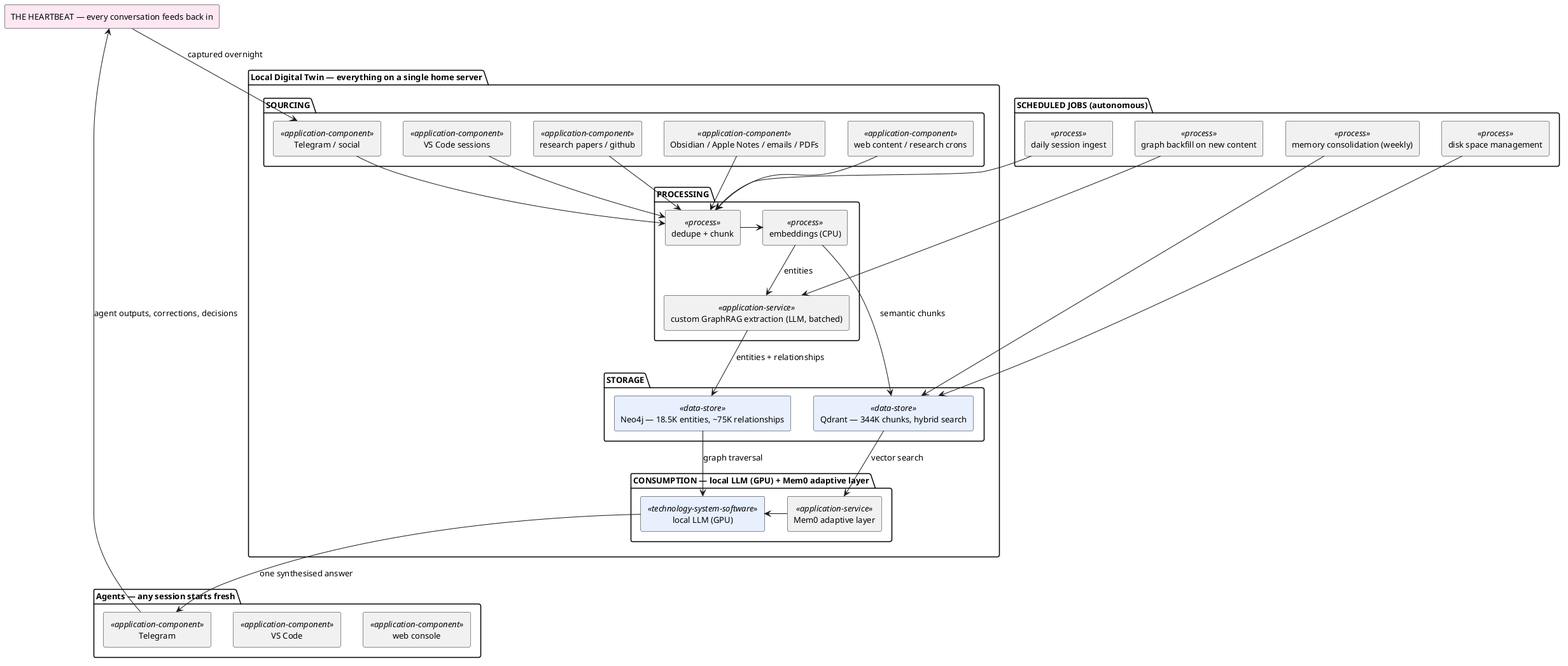
terrygzhou/terrygzhou.github.io keeps this PlantUML diagram as assets/2026-08-21-digital-twin-that-scales/architecture.png. Above is the earlier version. The source it was exported from:
```plantuml
@startuml
skinparam archimate {
    roundCorner 8
}
skinparam defaultFontSize 13

top to bottom direction

package "Local Digital Twin — everything on a single home server" as twin {

    package "SOURCING" as src {
        rectangle "Telegram / social" as s1 <<application-component>>
        rectangle "VS Code sessions" as s2 <<application-component>>
        rectangle "research papers / github" as s3 <<application-component>>
        rectangle "Obsidian / Apple Notes / emails / PDFs" as s4 <<application-component>>
        rectangle "web content / research crons" as s5 <<application-component>>
    }

    package "PROCESSING" as proc {
        rectangle "dedupe + chunk" as d1 <<process>>
        rectangle "embeddings (CPU)" as d2 <<process>>
        rectangle "custom GraphRAG extraction (LLM, batched)" as d3 <<application-service>>
        d1 -right-> d2
        d2 -down-> d3 : entities
    }

    package "STORAGE" as store {
        rectangle "Qdrant — 344K chunks, hybrid search" as qd <<data-store>> #E8F0FE
        rectangle "Neo4j — 18.5K entities, ~75K relationships" as n4j <<data-store>> #E8F0FE
    }

    package "CONSUMPTION — local LLM (GPU) + Mem0 adaptive layer" as cons {
        rectangle "local LLM (GPU)" as llm <<technology-system-software>> #E8F0FE
        rectangle "Mem0 adaptive layer" as m0 <<application-service>>
        m0 -right-> llm
    }
}

package "Agents — any session starts fresh" as agents {
    rectangle "Telegram" as a1 <<application-component>>
    rectangle "VS Code" as a2 <<application-component>>
    rectangle "web console" as a3 <<application-component>>
}

package "SCHEDULED JOBS (autonomous)" as jobs {
    rectangle "daily session ingest" as j1 <<process>>
    rectangle "memory consolidation (weekly)" as j2 <<process>>
    rectangle "disk space management" as j3 <<process>>
    rectangle "graph backfill on new content" as j4 <<process>>
}

rectangle "THE HEARTBEAT — every conversation feeds back in" as hb #FCE7F3

s1 -down-> d1
s2 -down-> d1
s3 -down-> d1
s4 -down-> d1
s5 -down-> d1
d2 -down-> qd : semantic chunks
d3 -down-> n4j : entities + relationships
qd -down-> m0 : vector search
n4j -down-> llm : graph traversal
llm -down-> a1 : one synthesised answer
a1 -[hidden]right- a2
a2 -[hidden]right- a3

a1 -down-> hb : agent outputs, corrections, decisions
hb -down-> s1 : captured overnight

j1 -down-> d1
j4 -down-> d3
j2 -down-> qd
j3 -down-> qd
@enduml
```
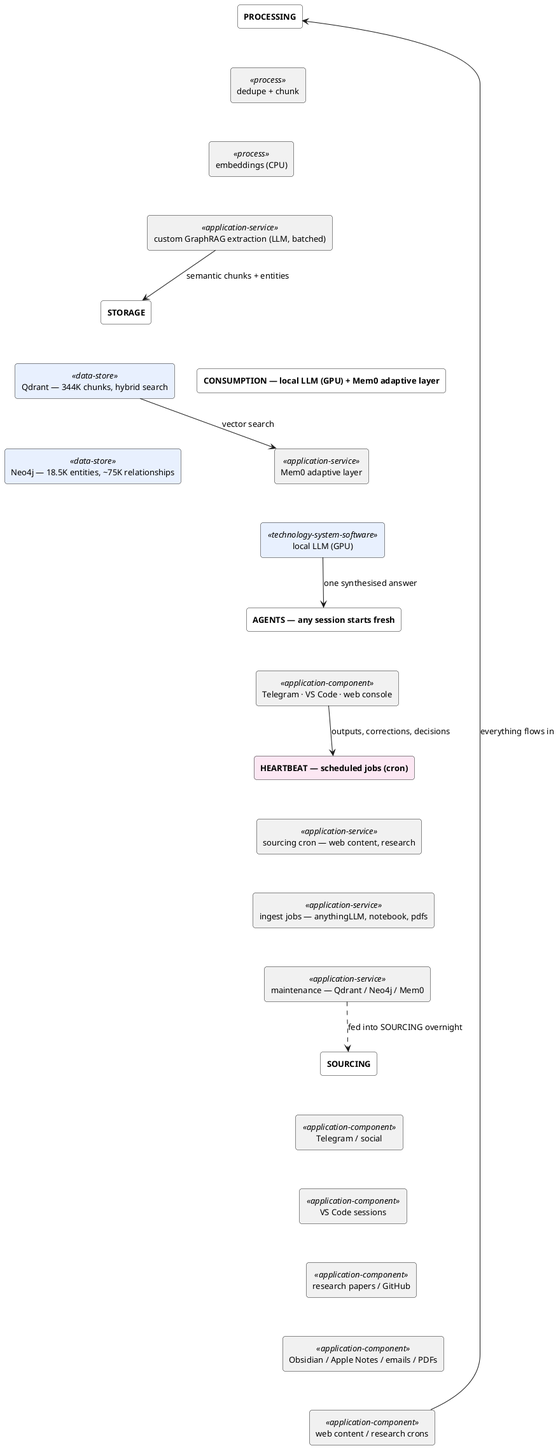
After the commit.

What changed in the source:
```diff
@@ -1,74 +1,71 @@
 @startuml
-skinparam archimate {
-    roundCorner 8
-}
 skinparam defaultFontSize 13
+skinparam roundCorner 8
 
 top to bottom direction
 
-package "Local Digital Twin — everything on a single home server" as twin {
-
-    package "SOURCING" as src {
-        rectangle "Telegram / social" as s1 <<application-component>>
-        rectangle "VS Code sessions" as s2 <<application-component>>
-        rectangle "research papers / github" as s3 <<application-component>>
-        rectangle "Obsidian / Apple Notes / emails / PDFs" as s4 <<application-component>>
-        rectangle "web content / research crons" as s5 <<application-component>>
-    }
-
-    package "PROCESSING" as proc {
-        rectangle "dedupe + chunk" as d1 <<process>>
-        rectangle "embeddings (CPU)" as d2 <<process>>
-        rectangle "custom GraphRAG extraction (LLM, batched)" as d3 <<application-service>>
-        d1 -right-> d2
-        d2 -down-> d3 : entities
-    }
-
-    package "STORAGE" as store {
-        rectangle "Qdrant — 344K chunks, hybrid search" as qd <<data-store>> #E8F0FE
-        rectangle "Neo4j — 18.5K entities, ~75K relationships" as n4j <<data-store>> #E8F0FE
-    }
-
-    package "CONSUMPTION — local LLM (GPU) + Mem0 adaptive layer" as cons {
-        rectangle "local LLM (GPU)" as llm <<technology-system-software>> #E8F0FE
-        rectangle "Mem0 adaptive layer" as m0 <<application-service>>
-        m0 -right-> llm
-    }
+together {
+    rectangle "**SOURCING**" as src1 #FFFFFF
+    rectangle "Telegram / social" as s1 <<application-component>>
+    rectangle "VS Code sessions" as s2 <<application-component>>
+    rectangle "research papers / GitHub" as s3 <<application-component>>
+    rectangle "Obsidian / Apple Notes / emails / PDFs" as s4 <<application-component>>
+    rectangle "web content / research crons" as s5 <<application-component>>
+    src1 -[hidden]down- s1
+    s1 -[hidden]down- s2
+    s2 -[hidden]down- s3
+    s3 -[hidden]down- s4
+    s4 -[hidden]down- s5
 }
 
-package "Agents — any session starts fresh" as agents {
-    rectangle "Telegram" as a1 <<application-component>>
-    rectangle "VS Code" as a2 <<application-component>>
-    rectangle "web console" as a3 <<application-component>>
+together {
+    rectangle "**PROCESSING**" as proc1 #FFFFFF
+    rectangle "dedupe + chunk" as d1 <<process>>
+    rectangle "embeddings (CPU)" as d2 <<process>>
+    rectangle "custom GraphRAG extraction (LLM, batched)" as d3 <<application-service>>
+    proc1 -[hidden]down- d1
+    d1 -[hidden]down- d2
+    d2 -[hidden]down- d3
 }
 
-package "SCHEDULED JOBS (autonomous)" as jobs {
-    rectangle "daily session ingest" as j1 <<process>>
-    rectangle "memory consolidation (weekly)" as j2 <<process>>
-    rectangle "disk space management" as j3 <<process>>
-    rectangle "graph backfill on new content" as j4 <<process>>
+together {
+    rectangle "**STORAGE**" as store1 #FFFFFF
+    rectangle "Qdrant — 344K chunks, hybrid search" as qd <<data-store>> #E8F0FE
+    rectangle "Neo4j — 18.5K entities, ~75K relationships" as n4j <<data-store>> #E8F0FE
+    store1 -[hidden]down- qd
+    qd -[hidden]down- n4j
 }
 
-rectangle "THE HEARTBEAT — every conversation feeds back in" as hb #FCE7F3
+together {
+    rectangle "**CONSUMPTION — local LLM (GPU) + Mem0 adaptive layer**" as cons1 #FFFFFF
+    rectangle "Mem0 adaptive layer" as m0 <<application-service>>
+    rectangle "local LLM (GPU)" as llm <<technology-system-software>> #E8F0FE
+    cons1 -[hidden]down- m0
+    m0 -[hidden]down- llm
+}
 
-s1 -down-> d1
-s2 -down-> d1
-s3 -down-> d1
-s4 -down-> d1
-s5 -down-> d1
-d2 -down-> qd : semantic chunks
-d3 -down-> n4j : entities + relationships
+s5 -down-> proc1 : everything flows in
+d3 -down-> store1 : semantic chunks + entities
 qd -down-> m0 : vector search
-n4j -down-> llm : graph traversal
-llm -down-> a1 : one synthesised answer
-a1 -[hidden]right- a2
-a2 -[hidden]right- a3
 
-a1 -down-> hb : agent outputs, corrections, decisions
-hb -down-> s1 : captured overnight
+together {
+    rectangle "**AGENTS — any session starts fresh**" as agents1 #FFFFFF
+    rectangle "Telegram · VS Code · web console" as a1 <<application-component>>
+    agents1 -[hidden]down- a1
+}
 
-j1 -down-> d1
-j4 -down-> d3
-j2 -down-> qd
-j3 -down-> qd
+llm -down-> agents1 : one synthesised answer
+
+together {
+    rectangle "**HEARTBEAT — scheduled jobs (cron)**" as hb #FCE7F3
+    rectangle "sourcing cron — web content, research" as h1 <<application-service>>
+    rectangle "ingest jobs — anythingLLM, notebook, pdfs" as h2 <<application-service>>
+    rectangle "maintenance — Qdrant / Neo4j / Mem0" as h3 <<application-service>>
+    hb -[hidden]down- h1
+    h1 -[hidden]down- h2
+    h2 -[hidden]down- h3
+}
+
+a1 -down-> hb : outputs, corrections, decisions
+h3 .down.> src1 : fed into SOURCING overnight
 @enduml
```
